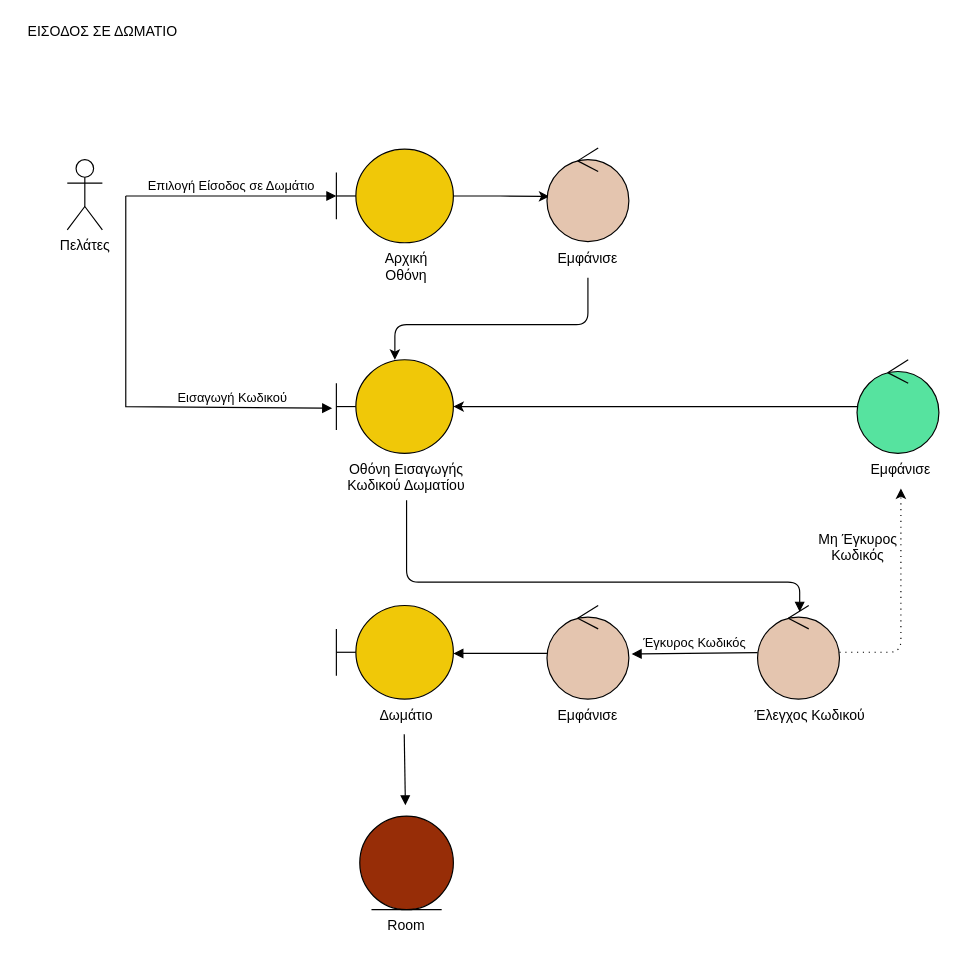
Before: docs/contributions/AthanasiaZ/Writing-Charts/Phase4/robustness_join_room.drawio in iloudaros/nomnomr, a draw.io diagram. Source tidied: cells renumbered, new cells numbered last; positions are measured from the earlier drawing's top-left corner, leaving out a move shared by most shapes. Both pictures are drawn from the tidied source at 117%, with x=0, y=0 at pixel (20, 20).
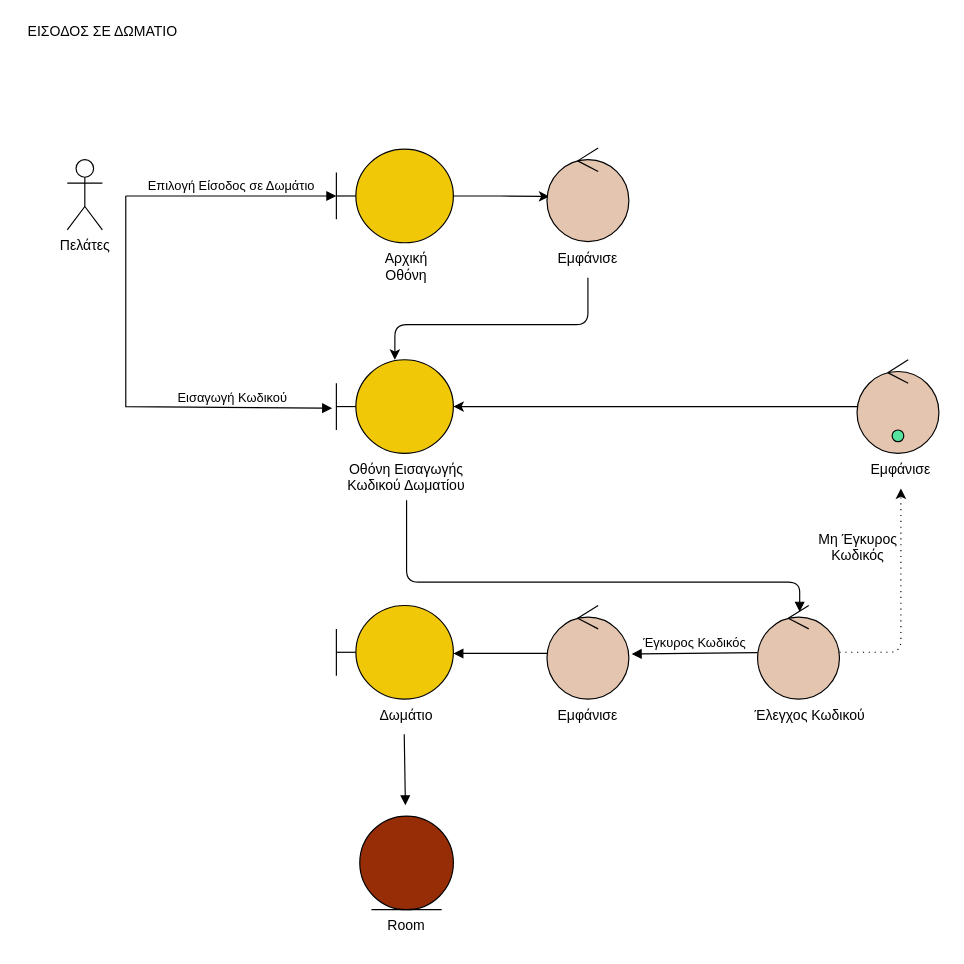
Above is the later version.

Change to the diagram source:
```diff
@@
-    <mxCell id="20" style="ellipse;shape=umlControl;whiteSpace=wrap;html=1;fillColor=#56E39F;strokeColor=#000000;fontColor=#ffffff;" parent="1" vertex="1">
+    <mxCell id="20" style="ellipse;shape=umlControl;whiteSpace=wrap;html=1;fillColor=#E4C5AF;strokeColor=#000000;fontColor=#ffffff;" parent="1" vertex="1">
       <mxGeometry x="715" y="290" width="70" height="80" as="geometry" />
     </mxCell>
@@
+    <mxCell id="31" style="shape=ellipse;fillColor=#56E39F;strokeColor=default;html=1;sketch=0;fontColor=#56E39F;" parent="1" vertex="1">
+      <mxGeometry x="745" y="350" width="10" height="10" as="geometry" />
+    </mxCell>
```
